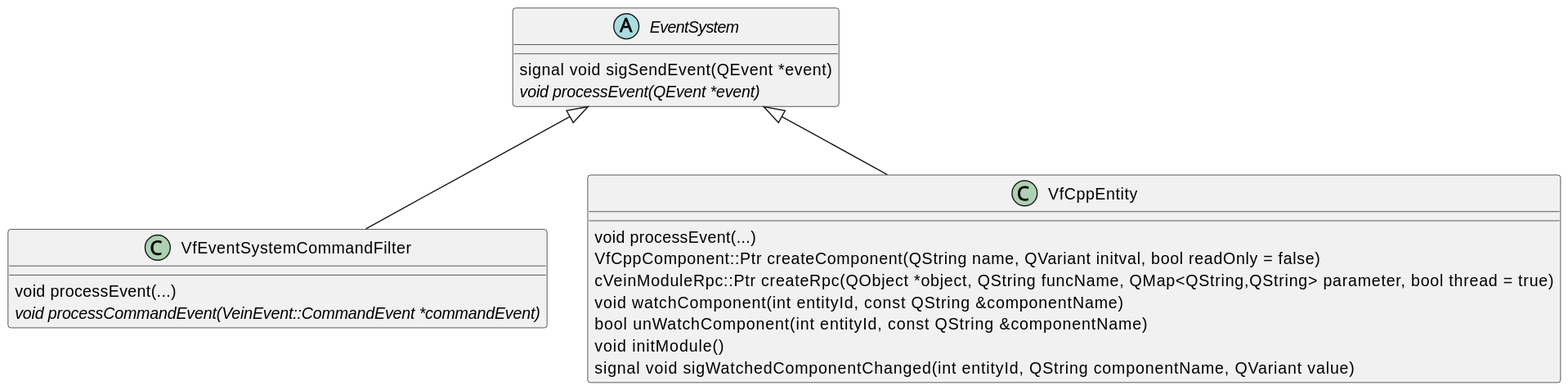
The PlantUML diagram server-libs/doc/class-diagram-server-event-systems.svg in ZeraGmbH/vein-framework, before a commit.
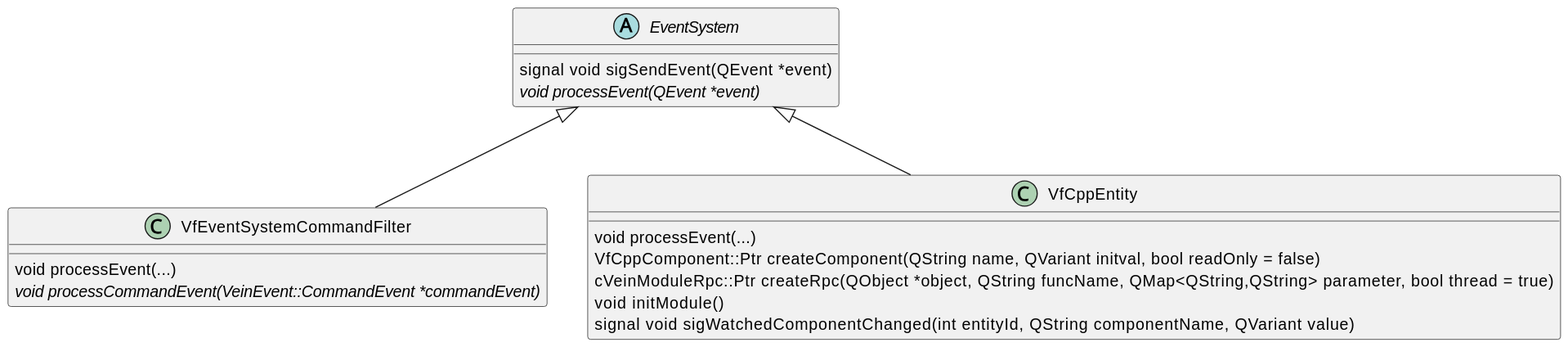
The same diagram one commit later.

Change to the diagram source:
```diff
@@ -13,8 +13,6 @@
     void processEvent(...)
     VfCppComponent::Ptr createComponent(QString name, QVariant initval, bool readOnly = false)
     cVeinModuleRpc::Ptr createRpc(QObject *object, QString funcName, QMap<QString,QString> parameter, bool thread = true)
-    void watchComponent(int entityId, const QString &componentName)
-    bool unWatchComponent(int entityId, const QString &componentName)
     void initModule()
     signal void sigWatchedComponentChanged(int entityId, QString componentName, QVariant value)
 }
```
